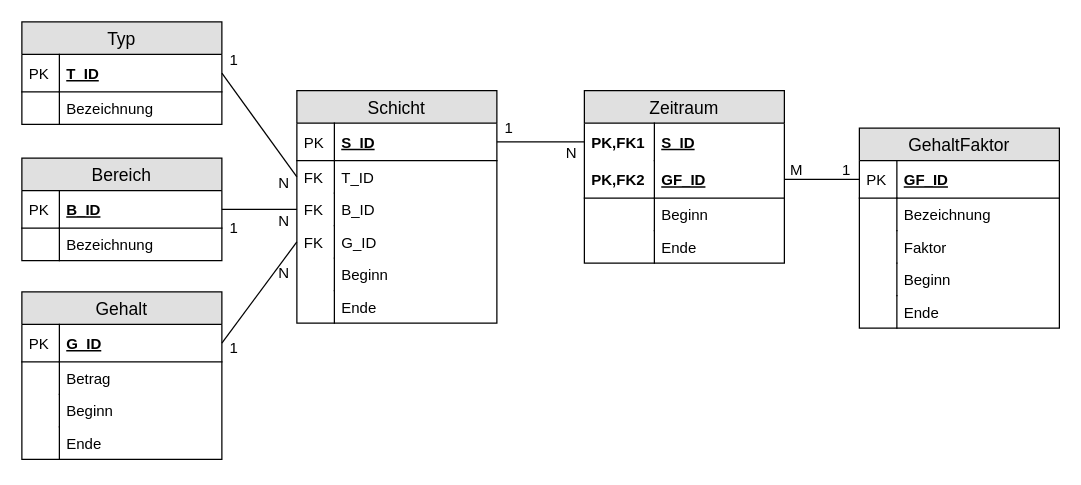
The draw.io diagram Unterlagen/Relationenmodell.drawio in KotschM/AZNPano, before the edit. Source tidied: cells renumbered, new cells numbered last; positions are measured from the earlier drawing's top-left corner, leaving out a move shared by most shapes. Both pictures are drawn from the tidied source at 125%, with x=0, y=0 at pixel (21, 21).
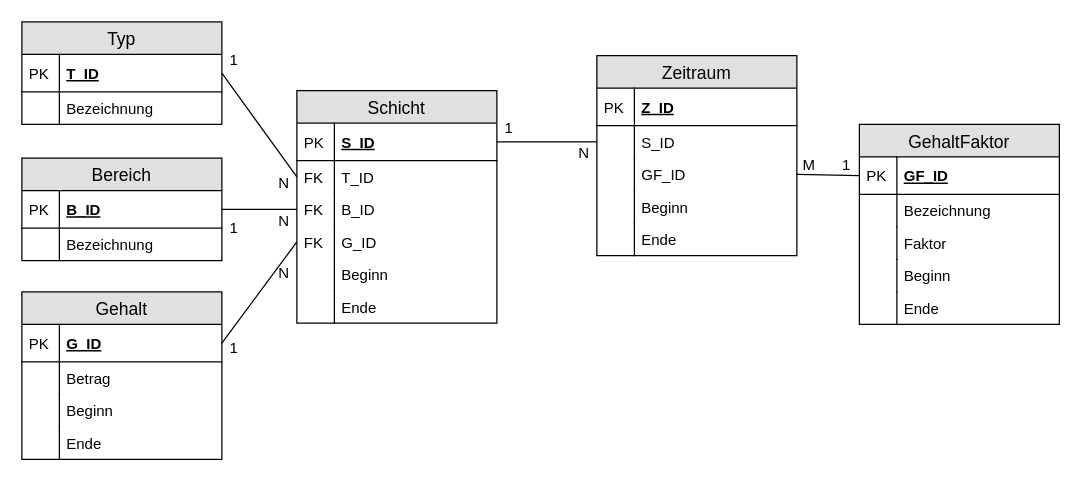
Above is the later version.

Change to the diagram source:
```diff
@@
-    <mxCell id="12" value="Zeitraum" style="swimlane;fontStyle=0;horizontal=1;startSize=26;fillColor=#e0e0e0;swimlaneFillColor=#ffffff;align=center;fontSize=14;" parent="1" vertex="1">
-      <mxGeometry x="450" y="55" width="160" height="138" as="geometry" />
-    </mxCell>
-    <mxCell id="13" value="S_ID" style="shape=partialRectangle;top=0;left=0;right=0;bottom=0;align=left;verticalAlign=middle;fillColor=none;spacingLeft=60;spacingRight=4;overflow=hidden;points=[[0,0.5],[1,0.5]];portConstraint=eastwest;fontStyle=5;fontSize=12;" parent="12" vertex="1">
-      <mxGeometry y="26" width="160" height="30" as="geometry" />
-    </mxCell>
-    <mxCell id="14" value="PK,FK1" style="shape=partialRectangle;fontStyle=1;top=0;left=0;bottom=0;fillColor=none;align=left;verticalAlign=middle;spacingLeft=4;spacingRight=4;overflow=hidden;fontSize=12;" parent="13" vertex="1">
-      <mxGeometry width="56" height="30" as="geometry" />
-    </mxCell>
-    <mxCell id="15" value="GF_ID" style="shape=partialRectangle;top=0;left=0;right=0;bottom=1;align=left;verticalAlign=middle;fillColor=none;spacingLeft=60;spacingRight=4;overflow=hidden;points=[[0,0.5],[1,0.5]];portConstraint=eastwest;fontStyle=5;fontSize=12;" parent="12" vertex="1">
-      <mxGeometry y="56" width="160" height="30" as="geometry" />
-    </mxCell>
-    <mxCell id="16" value="PK,FK2" style="shape=partialRectangle;fontStyle=1;top=0;left=0;bottom=0;fillColor=none;align=left;verticalAlign=middle;spacingLeft=4;spacingRight=4;overflow=hidden;fontSize=12;" parent="15" vertex="1">
-      <mxGeometry width="56" height="30" as="geometry" />
-    </mxCell>
-    <mxCell id="17" value="Beginn" style="shape=partialRectangle;top=0;left=0;right=0;bottom=0;align=left;verticalAlign=top;fillColor=none;spacingLeft=60;spacingRight=4;overflow=hidden;fontSize=12;" parent="12" vertex="1">
-      <mxGeometry y="86" width="160" height="26" as="geometry" />
-    </mxCell>
-    <mxCell id="18" style="shape=partialRectangle;top=0;left=0;bottom=0;fillColor=none;align=left;verticalAlign=top;spacingLeft=4;spacingRight=4;overflow=hidden;fontSize=12;" parent="17" vertex="1">
-      <mxGeometry width="56" height="26" as="geometry" />
-    </mxCell>
-    <mxCell id="19" value="Ende" style="shape=partialRectangle;top=0;left=0;right=0;bottom=0;align=left;verticalAlign=top;fillColor=none;spacingLeft=60;spacingRight=4;overflow=hidden;fontSize=12;" parent="12" vertex="1">
-      <mxGeometry y="112" width="160" height="26" as="geometry" />
-    </mxCell>
-    <mxCell id="20" style="shape=partialRectangle;top=0;left=0;bottom=0;fillColor=none;align=left;verticalAlign=top;spacingLeft=4;spacingRight=4;overflow=hidden;fontSize=12;" parent="19" vertex="1">
-      <mxGeometry width="56" height="26" as="geometry" />
-    </mxCell>
@@
     <mxCell id="34" value="GehaltFaktor" style="swimlane;fontStyle=0;horizontal=1;startSize=26;fillColor=#e0e0e0;swimlaneFillColor=#ffffff;align=center;fontSize=14;" parent="1" vertex="1">
-      <mxGeometry x="670" y="85" width="160" height="160" as="geometry" />
+      <mxGeometry x="670" y="82" width="160" height="160" as="geometry" />
     </mxCell>
@@
     <mxCell id="63" value="1" style="text;html=1;strokeColor=none;fillColor=none;align=center;verticalAlign=middle;whiteSpace=wrap;rounded=0;" parent="1" vertex="1">
-      <mxGeometry x="640" y="109" width="40" height="20" as="geometry" />
+      <mxGeometry x="640" y="105" width="40" height="20" as="geometry" />
     </mxCell>
@@
     <mxCell id="67" value="N" style="text;html=1;strokeColor=none;fillColor=none;align=center;verticalAlign=middle;whiteSpace=wrap;rounded=0;" parent="1" vertex="1">
-      <mxGeometry x="420" y="95" width="40" height="20" as="geometry" />
+      <mxGeometry x="430" y="95" width="40" height="20" as="geometry" />
     </mxCell>
     <mxCell id="68" value="M" style="text;html=1;strokeColor=none;fillColor=none;align=center;verticalAlign=middle;whiteSpace=wrap;rounded=0;" parent="1" vertex="1">
-      <mxGeometry x="600" y="109" width="40" height="20" as="geometry" />
+      <mxGeometry x="610" y="105" width="40" height="20" as="geometry" />
     </mxCell>
+    <mxCell id="12" value="Zeitraum" style="swimlane;fontStyle=0;horizontal=1;startSize=26;fillColor=#e0e0e0;swimlaneFillColor=#ffffff;align=center;fontSize=14;" parent="1" vertex="1">
+      <mxGeometry x="460" y="27" width="160" height="160" as="geometry" />
+    </mxCell>
+    <mxCell id="69" value="Z_ID" style="shape=partialRectangle;top=0;left=0;right=0;bottom=1;align=left;verticalAlign=middle;fillColor=none;spacingLeft=34;spacingRight=4;overflow=hidden;fontStyle=5;fontSize=12;" parent="12" vertex="1">
+      <mxGeometry y="26" width="160" height="30" as="geometry" />
+    </mxCell>
+    <mxCell id="70" value="PK" style="shape=partialRectangle;top=0;left=0;bottom=0;fillColor=none;align=left;verticalAlign=middle;spacingLeft=4;spacingRight=4;overflow=hidden;fontSize=12;" parent="69" vertex="1">
+      <mxGeometry width="30" height="30" as="geometry" />
+    </mxCell>
+    <mxCell id="13" value="S_ID" style="shape=partialRectangle;top=0;left=0;right=0;bottom=0;align=left;verticalAlign=top;fillColor=none;spacingLeft=34;spacingRight=4;overflow=hidden;points=[[0,0.5],[1,0.5]];portConstraint=eastwest;fontSize=12;" parent="12" vertex="1">
+      <mxGeometry y="56" width="160" height="26" as="geometry" />
+    </mxCell>
+    <mxCell id="71" style="shape=partialRectangle;top=0;left=0;bottom=0;fillColor=none;align=left;verticalAlign=top;spacingLeft=4;spacingRight=4;overflow=hidden;fontSize=12;" parent="13" vertex="1">
+      <mxGeometry width="30" height="26" as="geometry" />
+    </mxCell>
+    <mxCell id="15" value="GF_ID" style="shape=partialRectangle;top=0;left=0;right=0;bottom=0;align=left;verticalAlign=top;fillColor=none;spacingLeft=34;spacingRight=4;overflow=hidden;points=[[0,0.5],[1,0.5]];portConstraint=eastwest;fontSize=12;" parent="12" vertex="1">
+      <mxGeometry y="82" width="160" height="26" as="geometry" />
+    </mxCell>
+    <mxCell id="72" style="shape=partialRectangle;top=0;left=0;bottom=0;fillColor=none;align=left;verticalAlign=top;spacingLeft=4;spacingRight=4;overflow=hidden;fontSize=12;" parent="15" vertex="1">
+      <mxGeometry width="30" height="26" as="geometry" />
+    </mxCell>
+    <mxCell id="17" value="Beginn" style="shape=partialRectangle;top=0;left=0;right=0;bottom=0;align=left;verticalAlign=top;fillColor=none;spacingLeft=34;spacingRight=4;overflow=hidden;fontSize=12;" parent="12" vertex="1">
+      <mxGeometry y="108" width="160" height="26" as="geometry" />
+    </mxCell>
+    <mxCell id="73" style="shape=partialRectangle;top=0;left=0;bottom=0;fillColor=none;align=left;verticalAlign=top;spacingLeft=4;spacingRight=4;overflow=hidden;fontSize=12;" parent="17" vertex="1">
+      <mxGeometry width="30" height="26" as="geometry" />
+    </mxCell>
+    <mxCell id="19" value="Ende" style="shape=partialRectangle;top=0;left=0;right=0;bottom=0;align=left;verticalAlign=top;fillColor=none;spacingLeft=34;spacingRight=4;overflow=hidden;fontSize=12;" parent="12" vertex="1">
+      <mxGeometry y="134" width="160" height="26" as="geometry" />
+    </mxCell>
+    <mxCell id="74" style="shape=partialRectangle;top=0;left=0;bottom=0;fillColor=none;align=left;verticalAlign=top;spacingLeft=4;spacingRight=4;overflow=hidden;fontSize=12;" parent="19" vertex="1">
+      <mxGeometry width="30" height="26" as="geometry" />
+    </mxCell>
```
